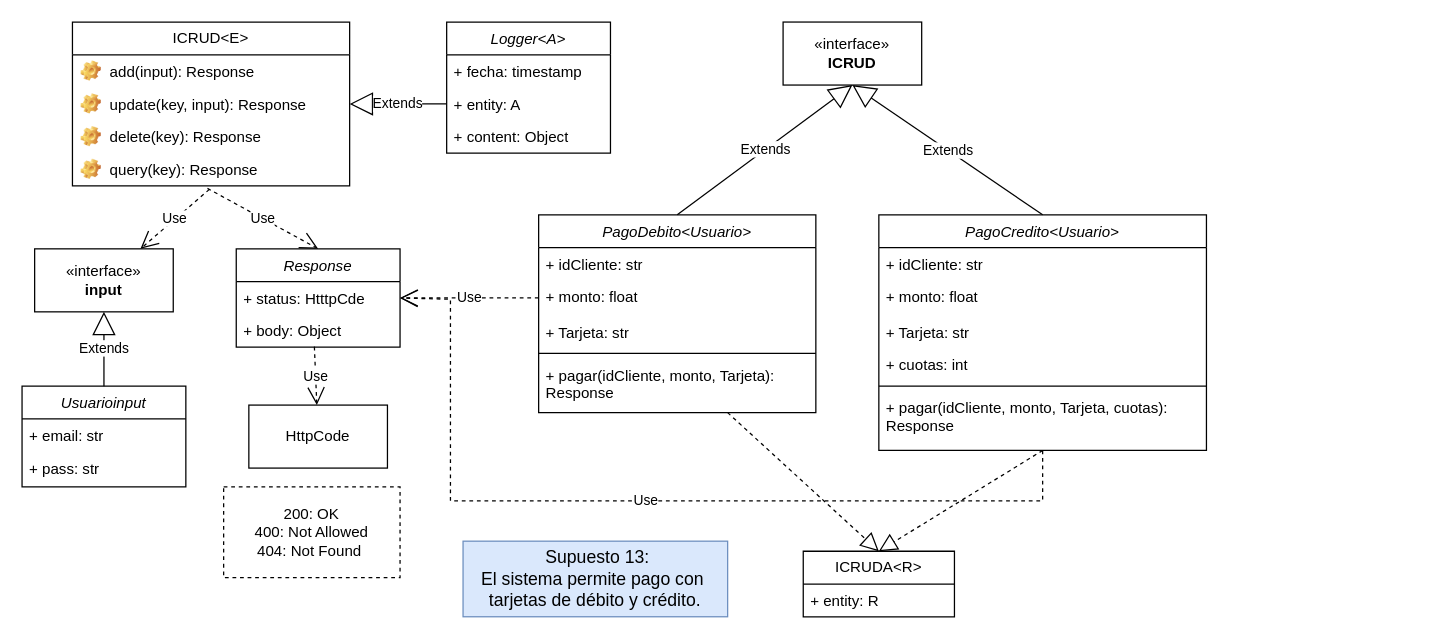
The draw.io diagram Front-End_Sprint/Diagrama Supuesto13.drawio in Giggin-html/dwm4, before the edit. Source tidied: cells renumbered, new cells numbered last; positions are measured from the earlier drawing's top-left corner, leaving out a move shared by most shapes. Both pictures are drawn from the tidied source at 126%, with x=0, y=0 at pixel (21, 21).
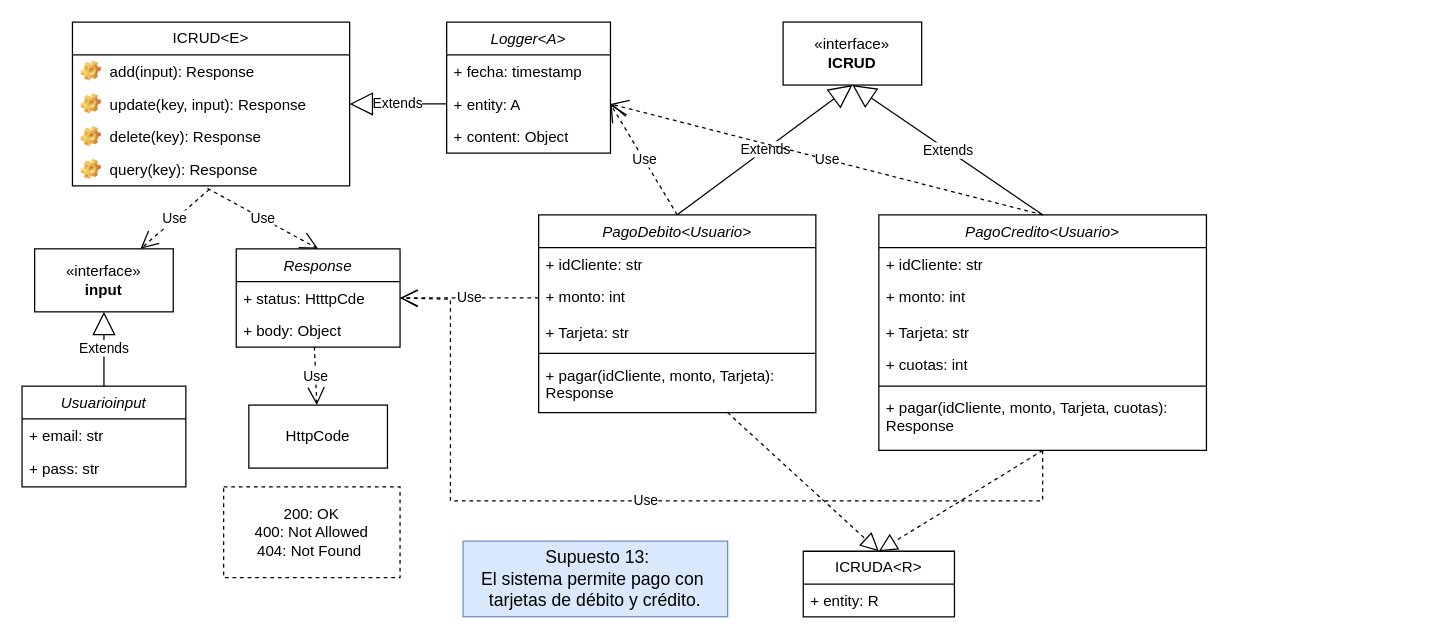
The same diagram, later.

Unchanged cells that the change refers to:
```xml
<mxCell id="3" value="PagoCredito&lt;Usuario&gt;" style="swimlane;fontStyle=2;align=center;verticalAlign=top;horizontal=1;startSize=26;rounded=0;shadow=0;strokeWidth=1;" parent="1" vertex="1">
  <mxGeometry x="680" y="153" width="260" height="187" as="geometry" />
</mxCell>
<mxCell id="33" value="+ entity: A" style="text;strokeColor=none;fillColor=none;align=left;verticalAlign=top;spacingLeft=4;spacingRight=4;overflow=hidden;points=[[0,0.5],[1,0.5]];portConstraint=eastwest;whiteSpace=wrap;html=1;" parent="31" vertex="1">
  <mxGeometry y="52" width="130" height="26" as="geometry" />
</mxCell>
<mxCell id="36" value="PagoDebito&lt;Usuario&gt;" style="swimlane;fontStyle=2;align=center;verticalAlign=top;horizontal=1;startSize=26;rounded=0;shadow=0;strokeWidth=1;" parent="1" vertex="1">
  <mxGeometry x="410" y="153" width="220" height="157" as="geometry" />
</mxCell>
```

What changed in the source:
```diff
@@
-    <mxCell id="5" value="+ monto: float" style="text;strokeColor=none;fillColor=none;align=left;verticalAlign=top;spacingLeft=4;spacingRight=4;overflow=hidden;whiteSpace=wrap;html=1;" parent="3" vertex="1">
+    <mxCell id="5" value="+ monto: int" style="text;strokeColor=none;fillColor=none;align=left;verticalAlign=top;spacingLeft=4;spacingRight=4;overflow=hidden;whiteSpace=wrap;html=1;" parent="3" vertex="1">
       <mxGeometry y="52" width="260" height="28" as="geometry" />
     </mxCell>
@@
-    <mxCell id="38" value="+ monto: float" style="text;strokeColor=none;fillColor=none;align=left;verticalAlign=top;spacingLeft=4;spacingRight=4;overflow=hidden;points=[[0,0.5],[1,0.5]];portConstraint=eastwest;whiteSpace=wrap;html=1;" parent="36" vertex="1">
+    <mxCell id="38" value="+ monto: int" style="text;strokeColor=none;fillColor=none;align=left;verticalAlign=top;spacingLeft=4;spacingRight=4;overflow=hidden;points=[[0,0.5],[1,0.5]];portConstraint=eastwest;whiteSpace=wrap;html=1;" parent="36" vertex="1">
       <mxGeometry y="52" width="220" height="28" as="geometry" />
     </mxCell>
@@
+    <mxCell id="49" value="Use" style="endArrow=open;endSize=12;dashed=1;html=1;rounded=0;entryX=1;entryY=0.5;entryDx=0;entryDy=0;exitX=0.5;exitY=0;exitDx=0;exitDy=0;" parent="1" edge="1" source="36" target="33">
+      <mxGeometry relative="1" as="geometry" />
+    </mxCell>
+    <mxCell id="50" value="Use" style="endArrow=open;endSize=12;dashed=1;html=1;rounded=0;entryX=1;entryY=0.5;entryDx=0;entryDy=0;exitX=0.5;exitY=0;exitDx=0;exitDy=0;" parent="1" edge="1" source="3" target="33">
+      <mxGeometry relative="1" as="geometry" />
+    </mxCell>
```
